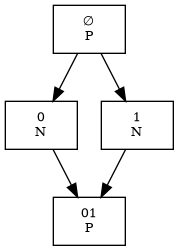
AdirAli/sparse-ruler-n-p-position keeps this Graphviz diagram as game_tree/decision_tree_01.png. Above is the earlier version. Its source is kept beside it as game_tree/decision_tree_01.dot.
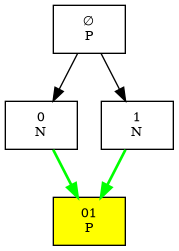
The same diagram one commit later.

Diff of the diagram source:
```diff
@@ -3,11 +3,11 @@
   node [shape=box, fontsize=10];
   n0 [label="∅\nP"];
   n1 [label="0\nN"];
-  n2 [label="01\nP"];
+  n2 [label="01\nP", style=filled, fillcolor=yellow];
   n3 [label="1\nN"];
 
   n0 -> n1;
   n0 -> n3;
-  n1 -> n2;
-  n3 -> n2;
+  n1 -> n2 [color=green, penwidth=2.0];
+  n3 -> n2 [color=green, penwidth=2.0];
 }
```
